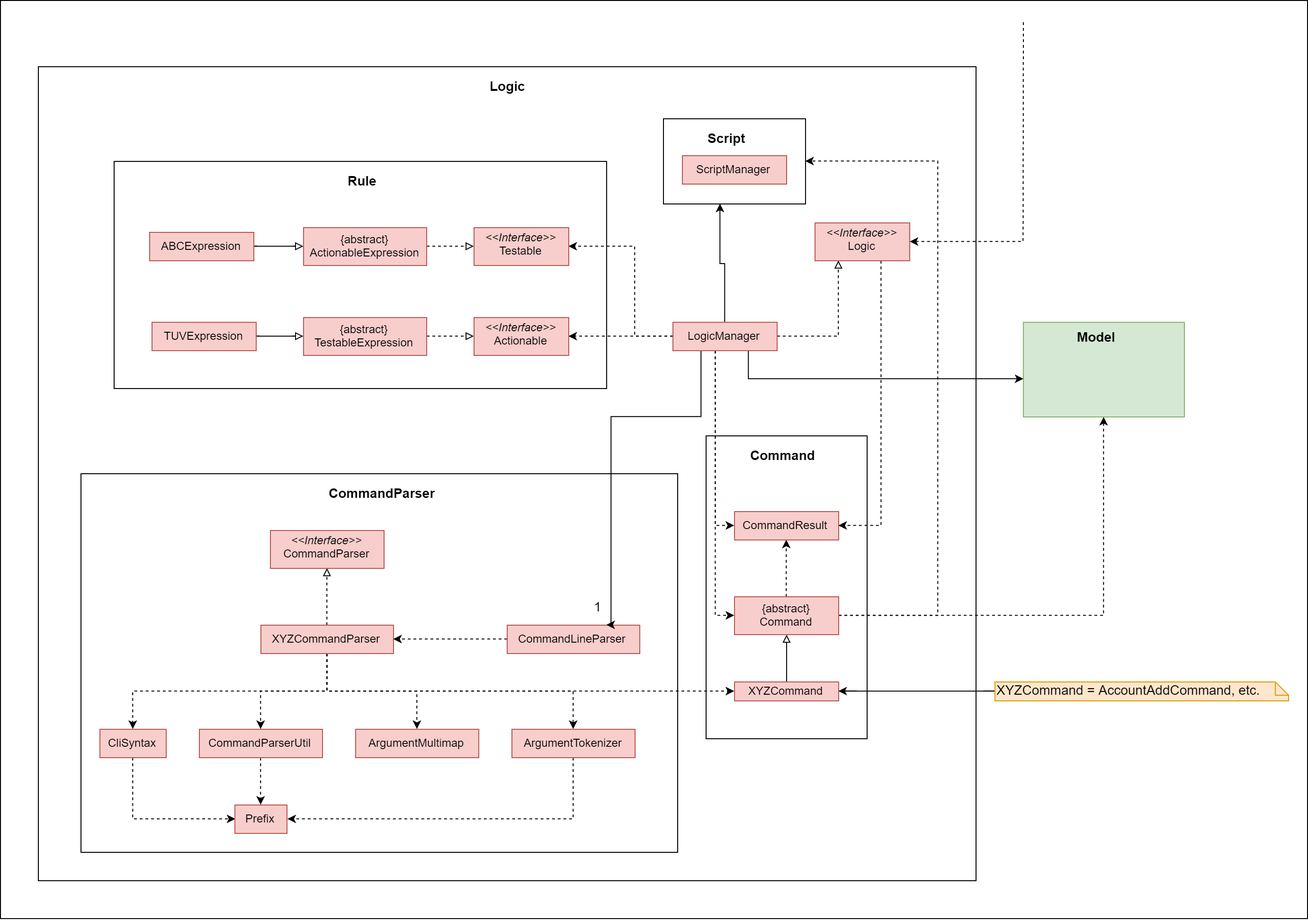
The draw.io diagram docs/images/LogicClassDiagram.png in nus-cs2103-AY1920S1/addressbook-level3, before a commit. Source tidied: cells renumbered, new cells last; positions are measured from the earlier drawing's top-left corner, leaving out a move shared by most shapes.
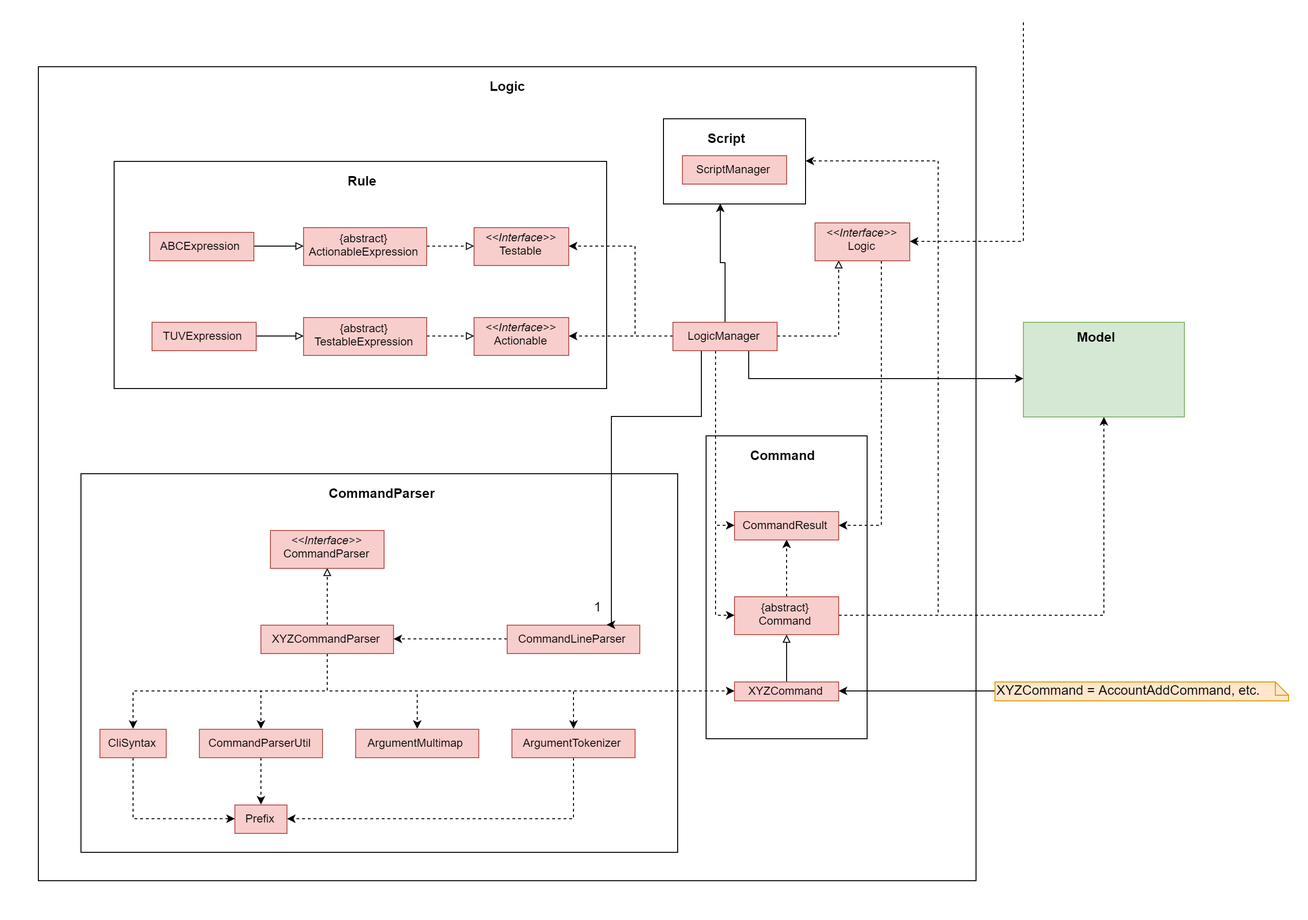
The same diagram one commit later.

Change to the diagram source:
```diff
@@ -2,7 +2,7 @@
   <root>
     <mxCell id="0" />
     <mxCell id="1" parent="0" />
-    <mxCell id="2" style="rounded=0;whiteSpace=wrap;html=1;fontSize=14;" parent="1" vertex="1">
+    <mxCell id="2" style="rounded=0;whiteSpace=wrap;html=1;fontSize=14;strokeColor=none;" parent="1" vertex="1">
       <mxGeometry width="1380" height="970" as="geometry" />
     </mxCell>
     <mxCell id="3" style="rounded=0;whiteSpace=wrap;html=1;fontSize=14;" parent="1" vertex="1">
```
